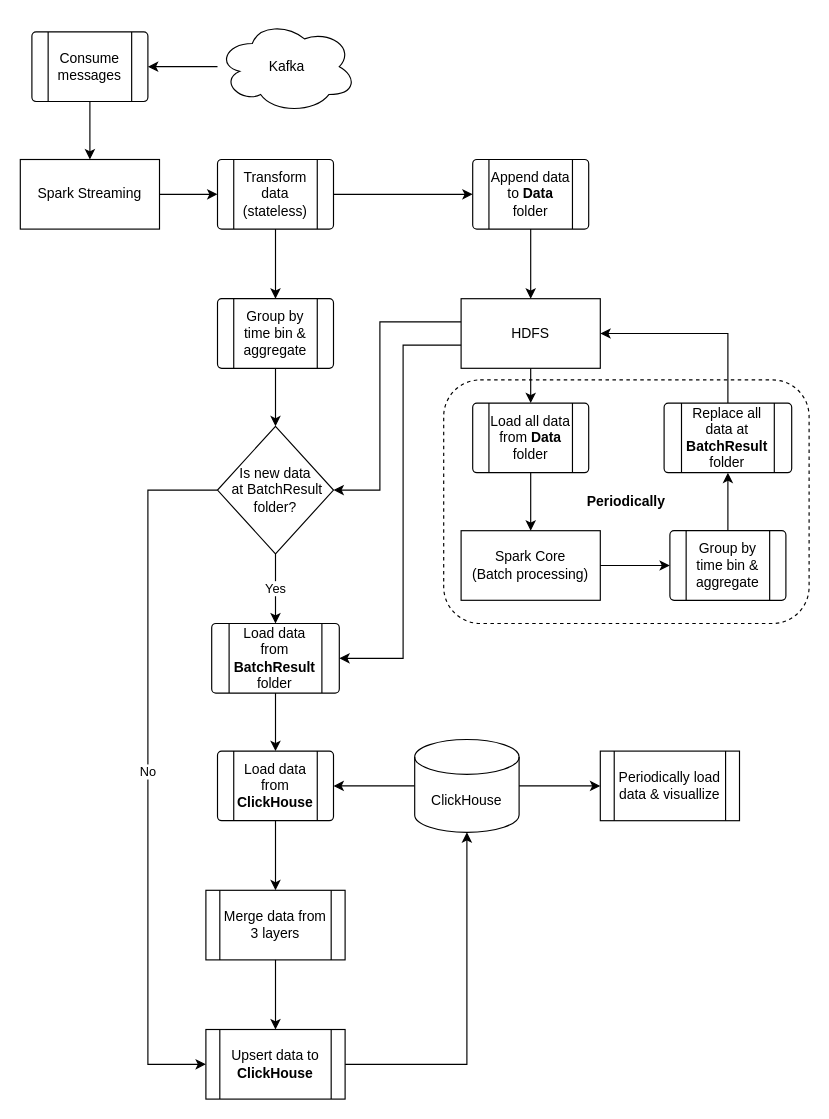
Before: docs/flowchart.drawio in lhvubtqn/optimised-lambda-architecture, a draw.io diagram. Source tidied: cells renumbered, new cells numbered last; positions are measured from the earlier drawing's top-left corner, leaving out a move shared by most shapes. Both pictures are drawn from the tidied source at 116%, with x=0, y=0 at pixel (20, 20).
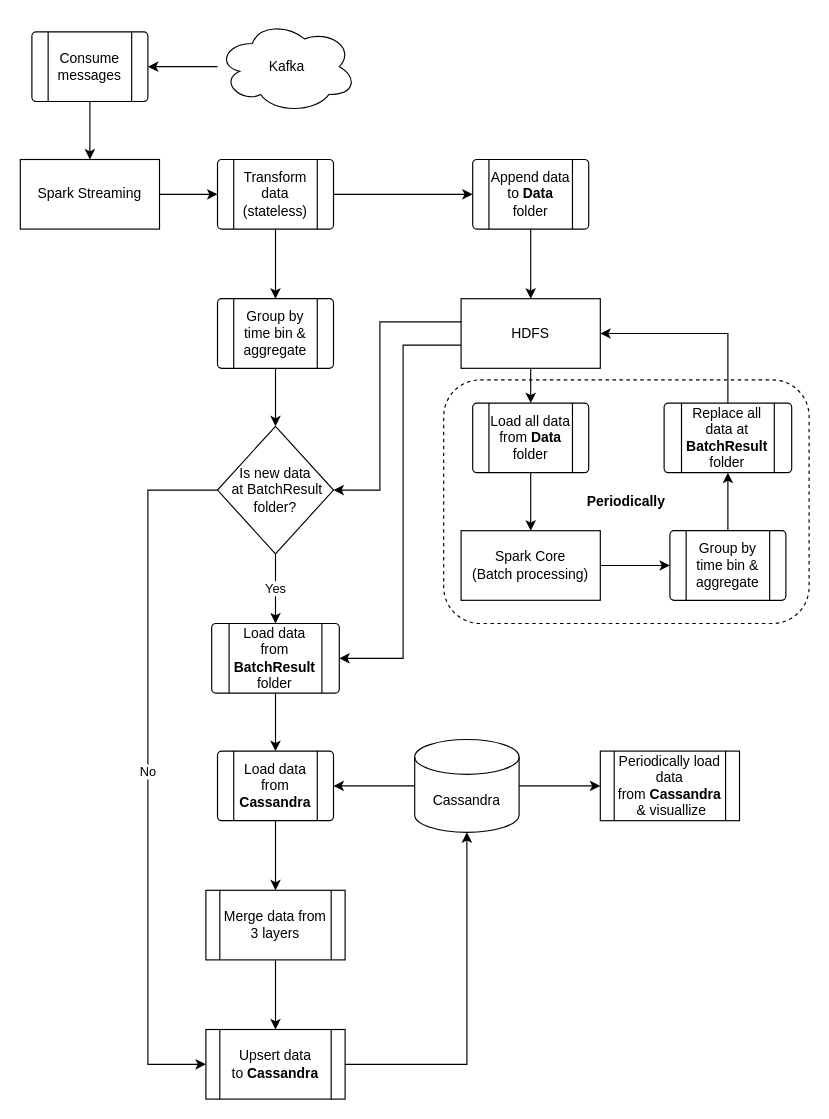
The same page after the edit.

Commit message (it also covers changes not shown here):
Use Cassandra instead of ClickHouse

Unchanged cells that the change refers to:
```xml
<mxCell id="2" style="group;" parent="1" vertex="1">
  <mxGeometry width="680" height="930" as="geometry" />
</mxCell>
```

What changed in the source:
```diff
@@
-    <mxCell id="32" value="Load data from &lt;b&gt;ClickHouse&lt;/b&gt;" style="verticalLabelPosition=middle;verticalAlign=middle;html=1;shape=process;whiteSpace=wrap;rounded=1;size=0.14;arcSize=6;labelPosition=center;align=center;" parent="2" vertex="1">
+    <mxCell id="32" value="Load data from &lt;b&gt;Cassandra&lt;/b&gt;" style="verticalLabelPosition=middle;verticalAlign=middle;html=1;shape=process;whiteSpace=wrap;rounded=1;size=0.14;arcSize=6;labelPosition=center;align=center;" parent="2" vertex="1">
       <mxGeometry x="170" y="630" width="100" height="60" as="geometry" />
     </mxCell>
@@
-    <mxCell id="37" value="ClickHouse" style="shape=cylinder3;whiteSpace=wrap;html=1;boundedLbl=1;backgroundOutline=1;size=15;strokeWidth=1;" parent="2" vertex="1">
+    <mxCell id="37" value="Cassandra" style="shape=cylinder3;whiteSpace=wrap;html=1;boundedLbl=1;backgroundOutline=1;size=15;strokeWidth=1;" parent="2" vertex="1">
       <mxGeometry x="340" y="620" width="90" height="80" as="geometry" />
     </mxCell>
@@
-    <mxCell id="39" value="Upsert data to &lt;b&gt;ClickHouse&lt;/b&gt;" style="shape=process;whiteSpace=wrap;html=1;backgroundOutline=1;strokeWidth=1;" parent="2" vertex="1">
+    <mxCell id="39" value="Upsert data to&amp;nbsp;&lt;b&gt;Cassandra&lt;/b&gt;" style="shape=process;whiteSpace=wrap;html=1;backgroundOutline=1;strokeWidth=1;" parent="2" vertex="1">
       <mxGeometry x="160" y="870" width="120" height="60" as="geometry" />
     </mxCell>
@@
-    <mxCell id="42" value="Periodically load data &amp;amp; visuallize" style="shape=process;whiteSpace=wrap;html=1;backgroundOutline=1;strokeWidth=1;" parent="2" vertex="1">
+    <mxCell id="42" value="Periodically load data from&amp;nbsp;&lt;b&gt;Cassandra&lt;/b&gt;&lt;br&gt;&amp;nbsp;&amp;amp; visuallize" style="shape=process;whiteSpace=wrap;html=1;backgroundOutline=1;strokeWidth=1;" parent="2" vertex="1">
       <mxGeometry x="500" y="630" width="120" height="60" as="geometry" />
     </mxCell>
```
